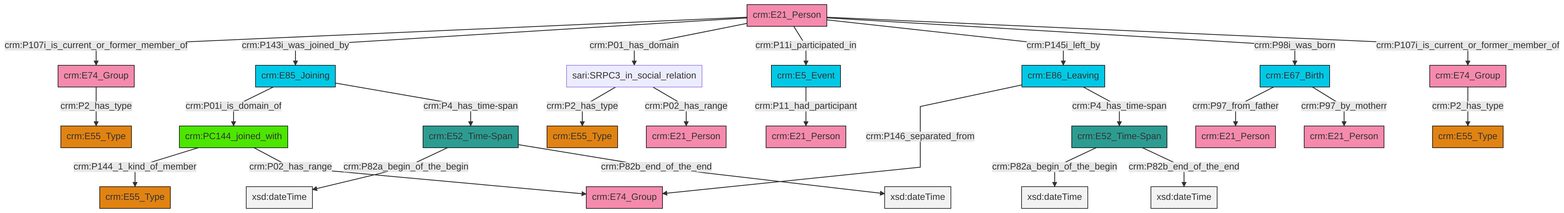
This is et/personCSV/ttl/mmd/png/Person_Actor_Relations.png from swiss-art-research-net/reference-data-models, a Mermaid export, as it was before one commit. Its source is kept beside it as et/personCSV/ttl/mmd/Person_Actor_Relations.ttl.mmd.
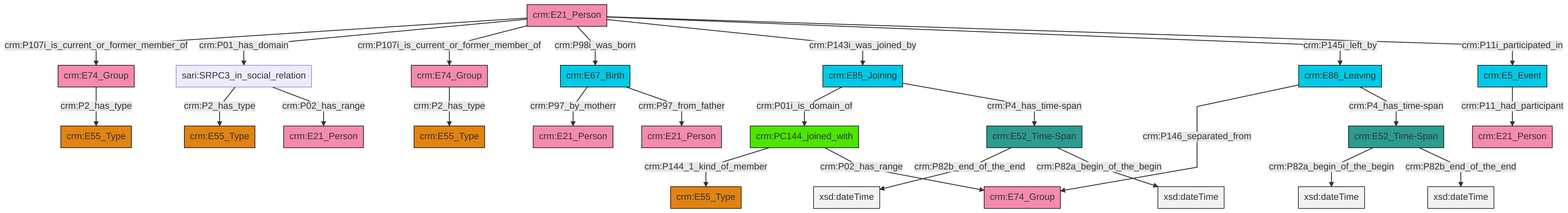
After the change.

The edit, as a diff of the source:
```diff
@@ -13,27 +13,27 @@
 classDef PC_Classes fill:#4ce600, stroke:#000000;
 classDef Multi fill:#cccccc,stroke:#000000;
 
-0["crm:E52_Time-Span"]:::Time-Span -->|crm:P82a_begin_of_the_begin| 1[xsd:dateTime]:::Literal
-4["crm:E67_Birth"]:::Temporal_Entity -->|crm:P97_from_father| 2["crm:E21_Person"]:::Actor
-7["crm:E21_Person"]:::Actor -->|crm:P107i_is_current_or_former_member_of| 8["crm:E74_Group"]:::Actor
-9["crm:PC144_joined_with"]:::PC_Classes -->|crm:P144_1_kind_of_member| 10["crm:E55_Type"]:::Type
-13["crm:E85_Joining"]:::Temporal_Entity -->|crm:P01i_is_domain_of| 9["crm:PC144_joined_with"]:::PC_Classes
-7["crm:E21_Person"]:::Actor -->|crm:P143i_was_joined_by| 13["crm:E85_Joining"]:::Temporal_Entity
-0["crm:E52_Time-Span"]:::Time-Span -->|crm:P82b_end_of_the_end| 14[xsd:dateTime]:::Literal
-7["crm:E21_Person"]:::Actor -->|crm:P01_has_domain| 18["sari:SRPC3_in_social_relation"]:::Default
-4["crm:E67_Birth"]:::Temporal_Entity -->|crm:P97_by_motherr| 21["crm:E21_Person"]:::Actor
-22["crm:E86_Leaving"]:::Temporal_Entity -->|crm:P146_separated_from| 23["crm:E74_Group"]:::Actor
-13["crm:E85_Joining"]:::Temporal_Entity -->|crm:P4_has_time-span| 24["crm:E52_Time-Span"]:::Time-Span
-7["crm:E21_Person"]:::Actor -->|crm:P11i_participated_in| 28["crm:E5_Event"]:::Temporal_Entity
-18["sari:SRPC3_in_social_relation"]:::Default -->|crm:P2_has_type| 29["crm:E55_Type"]:::Type
-24["crm:E52_Time-Span"]:::Time-Span -->|crm:P82a_begin_of_the_begin| 34[xsd:dateTime]:::Literal
-24["crm:E52_Time-Span"]:::Time-Span -->|crm:P82b_end_of_the_end| 36[xsd:dateTime]:::Literal
-7["crm:E21_Person"]:::Actor -->|crm:P145i_left_by| 22["crm:E86_Leaving"]:::Temporal_Entity
-9["crm:PC144_joined_with"]:::PC_Classes -->|crm:P02_has_range| 23["crm:E74_Group"]:::Actor
-7["crm:E21_Person"]:::Actor -->|crm:P98i_was_born| 4["crm:E67_Birth"]:::Temporal_Entity
-22["crm:E86_Leaving"]:::Temporal_Entity -->|crm:P4_has_time-span| 0["crm:E52_Time-Span"]:::Time-Span
-18["sari:SRPC3_in_social_relation"]:::Default -->|crm:P02_has_range| 11["crm:E21_Person"]:::Actor
-28["crm:E5_Event"]:::Temporal_Entity -->|crm:P11_had_participant| 40["crm:E21_Person"]:::Actor
-7["crm:E21_Person"]:::Actor -->|crm:P107i_is_current_or_former_member_of| 25["crm:E74_Group"]:::Actor
-8["crm:E74_Group"]:::Actor -->|crm:P2_has_type| 15["crm:E55_Type"]:::Type
-25["crm:E74_Group"]:::Actor -->|crm:P2_has_type| 5["crm:E55_Type"]:::Type
+0["crm:E86_Leaving"]:::Temporal_Entity -->|crm:P146_separated_from| 1["crm:E74_Group"]:::Actor
+2["crm:PC144_joined_with"]:::PC_Classes -->|crm:P144_1_kind_of_member| 3["crm:E55_Type"]:::Type
+4["crm:E21_Person"]:::Actor -->|crm:P107i_is_current_or_former_member_of| 5["crm:E74_Group"]:::Actor
+4["crm:E21_Person"]:::Actor -->|crm:P01_has_domain| 8["sari:SRPC3_in_social_relation"]:::Default
+5["crm:E74_Group"]:::Actor -->|crm:P2_has_type| 9["crm:E55_Type"]:::Type
+6["crm:E52_Time-Span"]:::Time-Span -->|crm:P82b_end_of_the_end| 12[xsd:dateTime]:::Literal
+10["crm:E85_Joining"]:::Temporal_Entity -->|crm:P01i_is_domain_of| 2["crm:PC144_joined_with"]:::PC_Classes
+6["crm:E52_Time-Span"]:::Time-Span -->|crm:P82a_begin_of_the_begin| 14[xsd:dateTime]:::Literal
+20["crm:E5_Event"]:::Temporal_Entity -->|crm:P11_had_participant| 21["crm:E21_Person"]:::Actor
+16["crm:E52_Time-Span"]:::Time-Span -->|crm:P82a_begin_of_the_begin| 23[xsd:dateTime]:::Literal
+10["crm:E85_Joining"]:::Temporal_Entity -->|crm:P4_has_time-span| 6["crm:E52_Time-Span"]:::Time-Span
+0["crm:E86_Leaving"]:::Temporal_Entity -->|crm:P4_has_time-span| 16["crm:E52_Time-Span"]:::Time-Span
+25["crm:E67_Birth"]:::Temporal_Entity -->|crm:P97_by_motherr| 18["crm:E21_Person"]:::Actor
+28["crm:E74_Group"]:::Actor -->|crm:P2_has_type| 29["crm:E55_Type"]:::Type
+16["crm:E52_Time-Span"]:::Time-Span -->|crm:P82b_end_of_the_end| 30[xsd:dateTime]:::Literal
+4["crm:E21_Person"]:::Actor -->|crm:P107i_is_current_or_former_member_of| 28["crm:E74_Group"]:::Actor
+4["crm:E21_Person"]:::Actor -->|crm:P98i_was_born| 25["crm:E67_Birth"]:::Temporal_Entity
+25["crm:E67_Birth"]:::Temporal_Entity -->|crm:P97_from_father| 32["crm:E21_Person"]:::Actor
+2["crm:PC144_joined_with"]:::PC_Classes -->|crm:P02_has_range| 1["crm:E74_Group"]:::Actor
+4["crm:E21_Person"]:::Actor -->|crm:P143i_was_joined_by| 10["crm:E85_Joining"]:::Temporal_Entity
+8["sari:SRPC3_in_social_relation"]:::Default -->|crm:P2_has_type| 42["crm:E55_Type"]:::Type
+8["sari:SRPC3_in_social_relation"]:::Default -->|crm:P02_has_range| 34["crm:E21_Person"]:::Actor
+4["crm:E21_Person"]:::Actor -->|crm:P145i_left_by| 0["crm:E86_Leaving"]:::Temporal_Entity
+4["crm:E21_Person"]:::Actor -->|crm:P11i_participated_in| 20["crm:E5_Event"]:::Temporal_Entity
```
